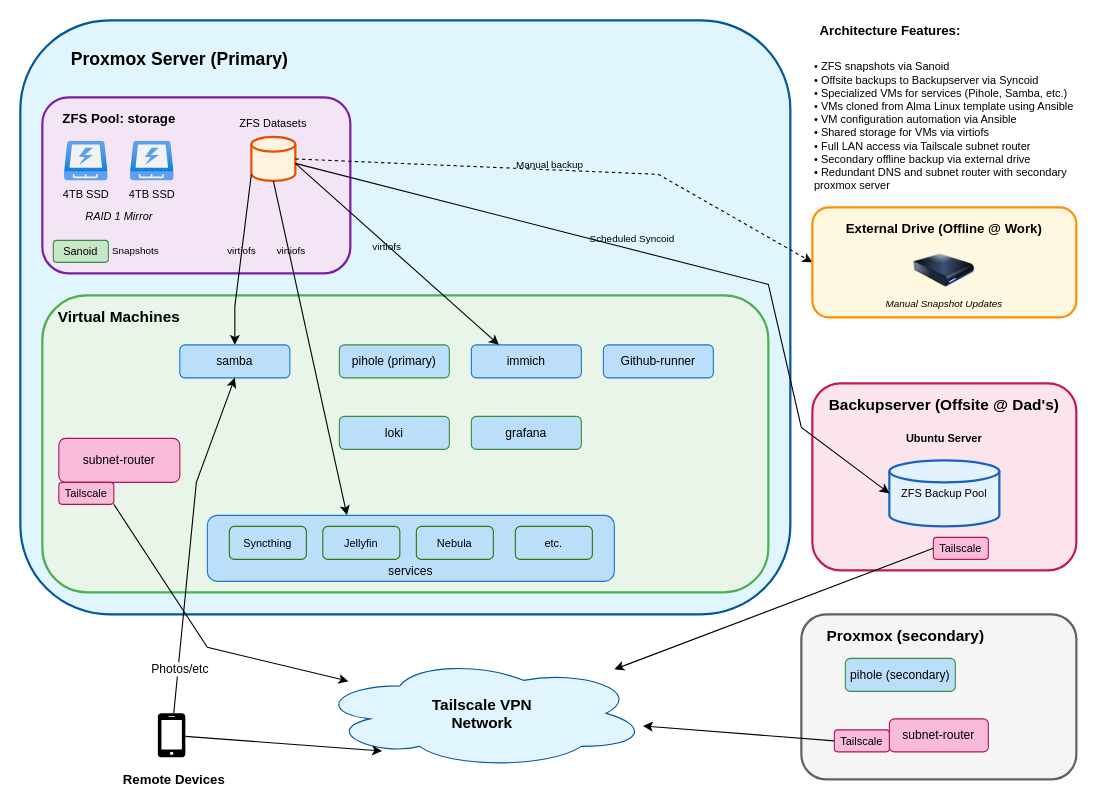
Earlier version of the draw.io diagram server-architecture.drawio (HakonSkogsrud/serversetup). Source tidied: cells renumbered, new cells numbered last; positions are measured from the earlier drawing's top-left corner, leaving out a move shared by most shapes. Both pictures are drawn from the tidied source at 110%, with x=0, y=0 at pixel (20, 20).
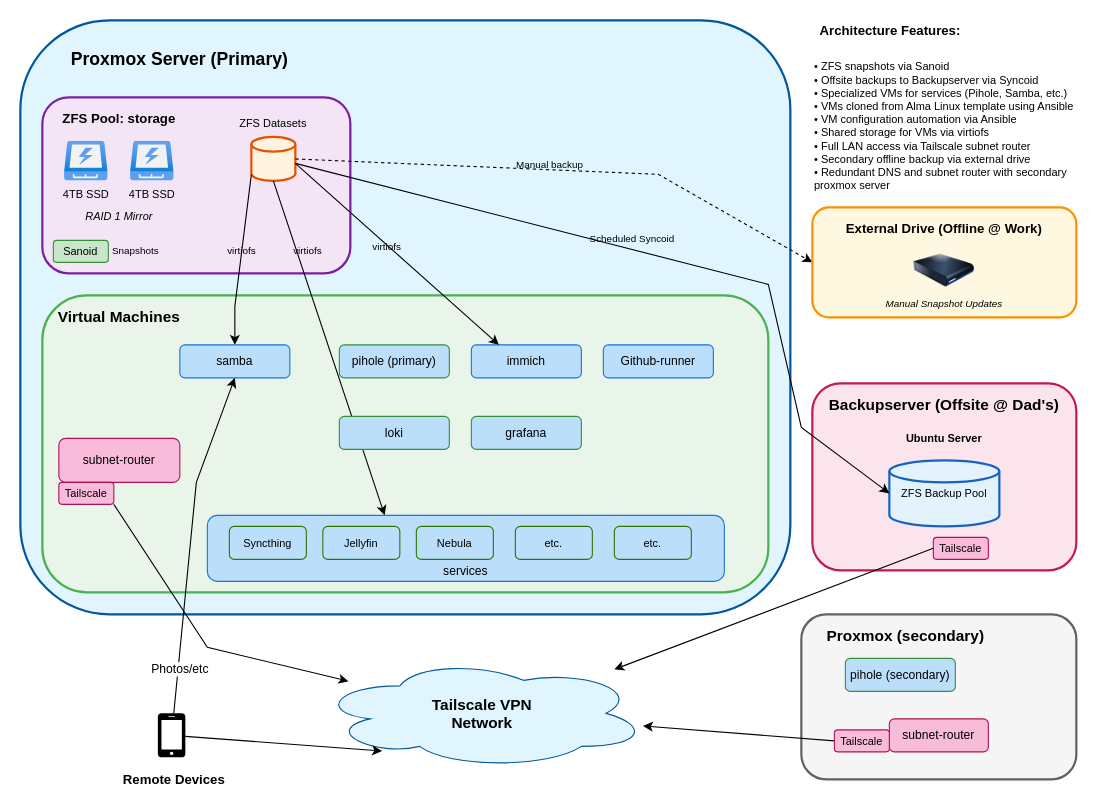
After the change.

Diff of the diagram source:
```diff
@@
     <mxCell id="40" style="group;" parent="1" vertex="1">
-      <mxGeometry x="170" y="430" width="370" height="80" as="geometry" />
+      <mxGeometry x="170" y="430" width="470" height="80" as="geometry" />
     </mxCell>
     <mxCell id="41" value="services" style="rounded=1;whiteSpace=wrap;html=1;fillColor=#bbdefb;strokeColor=#1976d2;fontSize=11;fontColor=#000000;verticalAlign=bottom;" parent="40" vertex="1">
-      <mxGeometry y="20" width="370" height="60" as="geometry" />
+      <mxGeometry y="20" width="470" height="60" as="geometry" />
     </mxCell>
@@
     <mxCell id="45" value="etc." style="rounded=1;whiteSpace=wrap;html=1;fillColor=none;strokeColor=#2d7600;fontSize=10;fontColor=#000000;" parent="40" vertex="1">
-      <mxGeometry x="280" y="30" width="70" height="30" as="geometry" />
+      <mxGeometry x="370" y="30" width="70" height="30" as="geometry" />
     </mxCell>
+    <mxCell id="71" value="etc." style="rounded=1;whiteSpace=wrap;html=1;fillColor=none;strokeColor=#2d7600;fontSize=10;fontColor=#000000;" parent="40" vertex="1">
+      <mxGeometry x="280" y="30" width="70" height="30" as="geometry" />
+    </mxCell>
```
